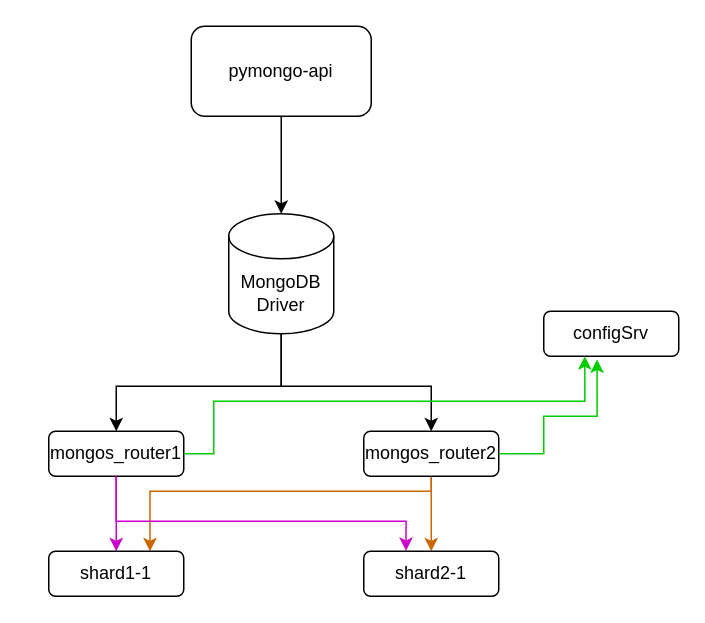
Above: mongo-sharding/OnlineStore_Sharding.drawio in alexii-potapov/architecture-sprint-2 (draw.io), before the change. Source tidied: cells renumbered, new cells numbered last; positions are measured from the earlier drawing's top-left corner, leaving out a move shared by most shapes. Both pictures are drawn from the tidied source at 150%, with x=0, y=0 at pixel (48, 26).
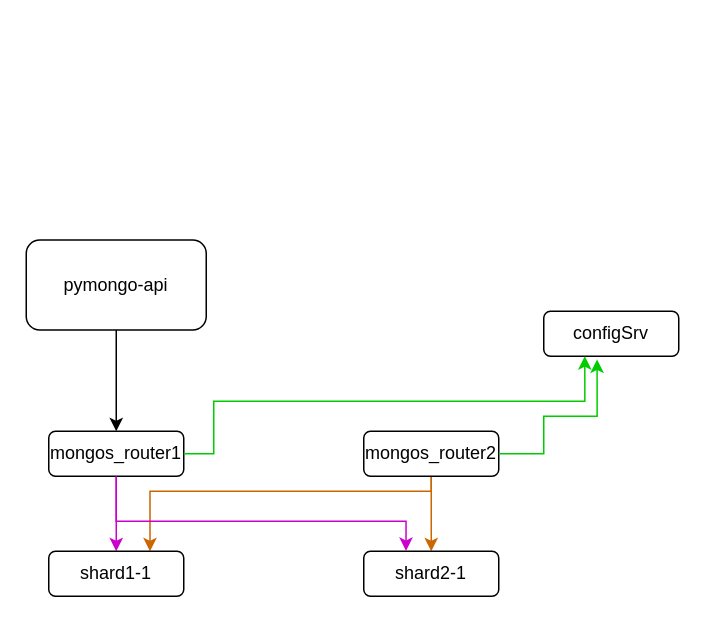
Above is the later version.

The change refers to these unchanged cells:
```xml
<mxCell id="7" value="mongos_router1" style="rounded=1;whiteSpace=wrap;html=1;" parent="1" vertex="1">
  <mxGeometry y="270" width="90" height="30" as="geometry" />
</mxCell>
<mxCell id="10" value="mongos_router2" style="rounded=1;whiteSpace=wrap;html=1;" parent="1" vertex="1">
  <mxGeometry x="210" y="270" width="90" height="30" as="geometry" />
</mxCell>
```

Change to the diagram source:
```diff
@@
-    <mxCell id="2" style="edgeStyle=orthogonalEdgeStyle;rounded=0;jettySize=auto;html=1;entryX=0.5;entryY=0;entryDx=0;entryDy=0;exitX=0.5;exitY=1;exitDx=0;exitDy=0;exitPerimeter=0;" parent="1" edge="1" source="4" target="7">
-      <mxGeometry relative="1" as="geometry">
-        <Array as="points">
-          <mxPoint x="155" y="240" />
-          <mxPoint x="45" y="240" />
-        </Array>
-      </mxGeometry>
-    </mxCell>
-    <mxCell id="3" style="edgeStyle=orthogonalEdgeStyle;rounded=0;jettySize=auto;html=1;entryX=0.5;entryY=0;entryDx=0;entryDy=0;" parent="1" edge="1" source="4" target="10">
-      <mxGeometry relative="1" as="geometry">
-        <Array as="points">
-          <mxPoint x="155" y="240" />
-          <mxPoint x="255" y="240" />
-        </Array>
-      </mxGeometry>
-    </mxCell>
-    <mxCell id="4" value="MongoDB&lt;br&gt;Driver" style="shape=cylinder3;whiteSpace=wrap;html=1;boundedLbl=1;backgroundOutline=1;size=15;" parent="1" vertex="1">
-      <mxGeometry x="120" y="125" width="70" height="80" as="geometry" />
-    </mxCell>
+    <mxCell id="18" style="edgeStyle=orthogonalEdgeStyle;rounded=0;jettySize=auto;html=1;entryX=0.5;entryY=0;entryDx=0;entryDy=0;" parent="1" edge="1" source="5" target="7">
+      <mxGeometry relative="1" as="geometry" />
+    </mxCell>
     <mxCell id="5" value="pymongo-api" style="rounded=1;whiteSpace=wrap;html=1;" parent="1" vertex="1">
-      <mxGeometry x="95" width="120" height="60" as="geometry" />
+      <mxGeometry x="-15" y="142.5" width="120" height="60" as="geometry" />
     </mxCell>
@@
-    <mxCell id="13" style="edgeStyle=orthogonalEdgeStyle;rounded=0;jettySize=auto;html=1;entryX=0.5;entryY=0;entryDx=0;entryDy=0;entryPerimeter=0;" parent="1" edge="1" source="5" target="4">
-      <mxGeometry relative="1" as="geometry" />
-    </mxCell>
```
